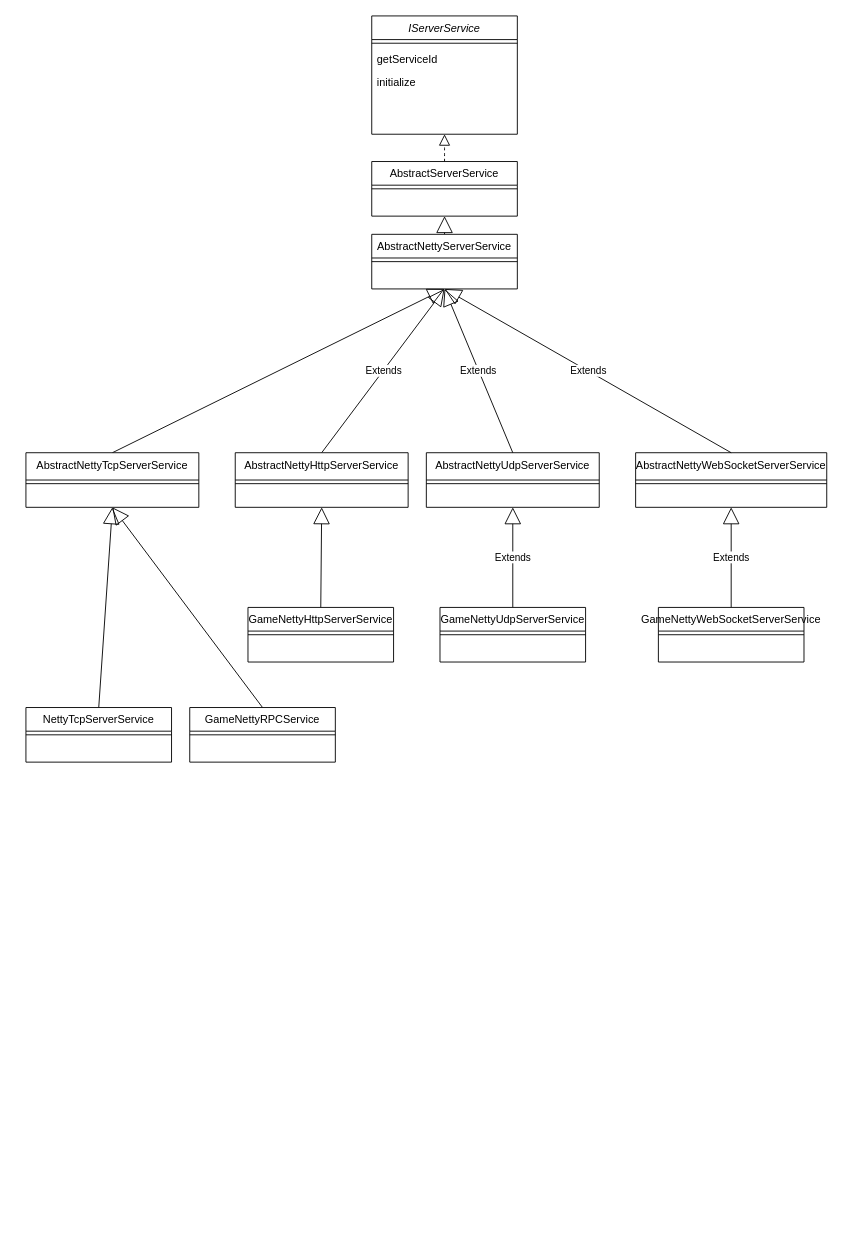
The draw.io diagram Untitled Diagram.drawio in kevinchen008/dragon, before the edit. Source tidied: cells renumbered, new cells numbered last; positions are measured from the earlier drawing's top-left corner, leaving out a move shared by most shapes. Both pictures are drawn from the tidied source at 91%, with x=0, y=0 at pixel (25, 15).
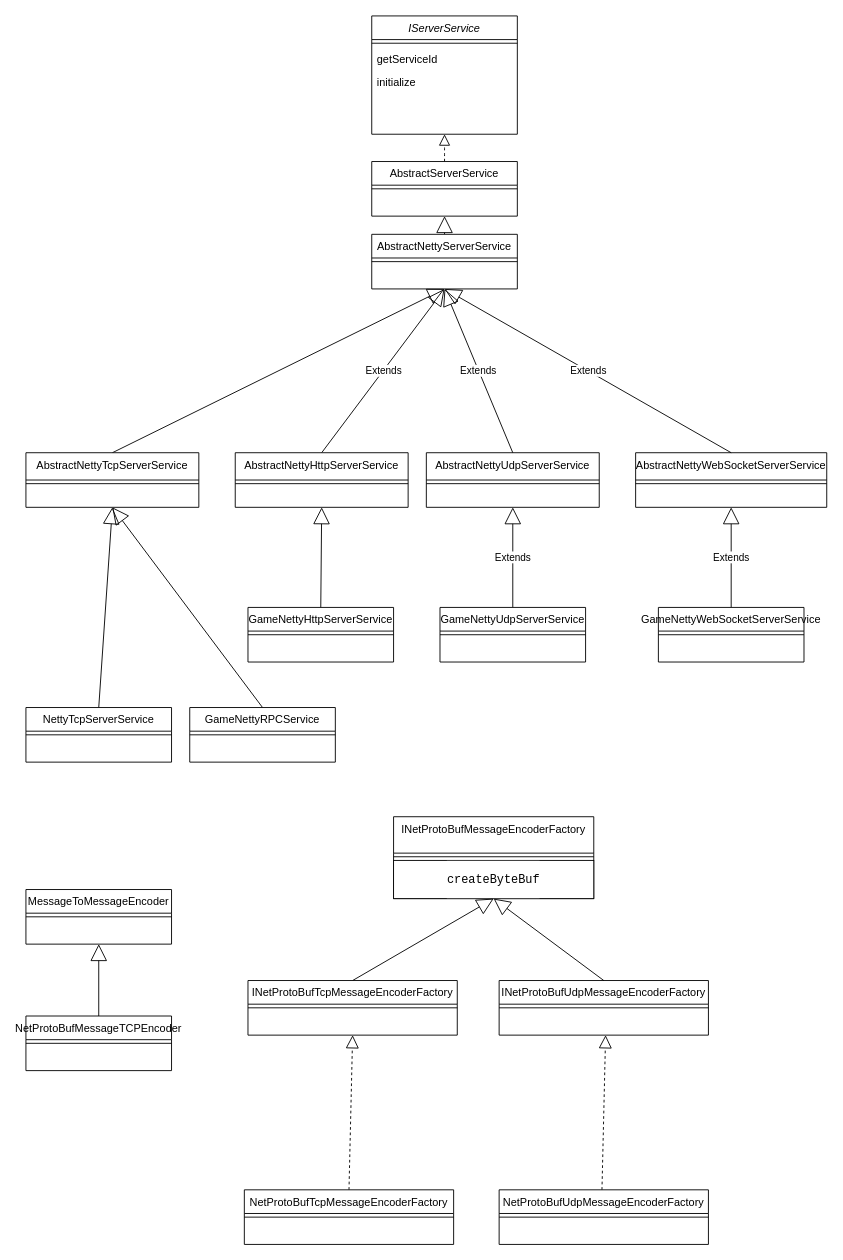
Above is the later version.

What changed in the source:
```diff
@@
+    <mxCell id="39" value="MessageToMessageEncoder" style="swimlane;fontStyle=0;align=center;verticalAlign=top;horizontal=1;startSize=26;rounded=0;shadow=0;strokeWidth=1;" parent="1" vertex="1">
+      <mxGeometry y="960" width="160" height="60" as="geometry" />
+    </mxCell>
+    <mxCell id="40" style="line;html=1;strokeWidth=1;align=left;verticalAlign=middle;spacingTop=-1;spacingLeft=3;spacingRight=3;labelPosition=right;" parent="39" vertex="1">
+      <mxGeometry y="26" width="160" height="8" as="geometry" />
+    </mxCell>
+    <mxCell id="41" value="NetProtoBufMessageTCPEncoder" style="swimlane;fontStyle=0;align=center;verticalAlign=top;horizontal=1;startSize=26;rounded=0;shadow=0;strokeWidth=1;" parent="1" vertex="1">
+      <mxGeometry y="1099" width="160" height="60" as="geometry" />
+    </mxCell>
+    <mxCell id="42" style="line;html=1;strokeWidth=1;align=left;verticalAlign=middle;spacingTop=-1;spacingLeft=3;spacingRight=3;labelPosition=right;" parent="41" vertex="1">
+      <mxGeometry y="26" width="160" height="8" as="geometry" />
+    </mxCell>
+    <mxCell id="43" style="endArrow=block;endSize=16;endFill=0;html=1;entryX=0.5;entryY=1;entryDx=0;entryDy=0;exitX=0.5;exitY=0;exitDx=0;exitDy=0;" parent="1" edge="1" source="41" target="39">
+      <mxGeometry y="10" relative="1" as="geometry" />
+    </mxCell>
+    <mxCell id="44" value="INetProtoBufMessageEncoderFactory" style="swimlane;fontStyle=0;align=center;verticalAlign=top;horizontal=1;startSize=40;rounded=0;shadow=0;strokeWidth=1;" parent="1" vertex="1">
+      <mxGeometry x="404" y="880" width="220" height="90" as="geometry" />
+    </mxCell>
+    <mxCell id="45" style="line;html=1;strokeWidth=1;align=left;verticalAlign=middle;spacingTop=-1;spacingLeft=3;spacingRight=3;labelPosition=right;" parent="44" vertex="1">
+      <mxGeometry y="40" width="220" height="8" as="geometry" />
+    </mxCell>
+    <mxCell id="46" value="&lt;pre style=&quot;font-family: &amp;quot;jetbrains mono&amp;quot;, monospace; font-size: 9.8pt;&quot;&gt;&lt;span style=&quot;&quot;&gt;createByteBuf&lt;/span&gt;&lt;/pre&gt;" style="whiteSpace=wrap;html=1;labelBackgroundColor=#ffffff;" parent="44" vertex="1">
+      <mxGeometry y="48" width="220" height="42" as="geometry" />
+    </mxCell>
+    <mxCell id="47" style="endArrow=block;endSize=16;endFill=0;html=1;exitX=0.5;exitY=0;exitDx=0;exitDy=0;entryX=0.5;entryY=1;entryDx=0;entryDy=0;" parent="1" edge="1" source="51" target="44">
+      <mxGeometry y="10" relative="1" as="geometry" />
+    </mxCell>
+    <mxCell id="48" style="endArrow=block;dashed=1;endFill=0;endSize=12;html=1;fontColor=#000000;exitX=0.5;exitY=0;exitDx=0;exitDy=0;" parent="1" edge="1" source="49">
+      <mxGeometry relative="1" as="geometry">
+        <mxPoint x="359" y="1120" as="targetPoint" />
+      </mxGeometry>
+    </mxCell>
+    <mxCell id="49" value="NetProtoBufTcpMessageEncoderFactory" style="swimlane;fontStyle=0;align=center;verticalAlign=top;horizontal=1;startSize=26;rounded=0;shadow=0;strokeWidth=1;" parent="1" vertex="1">
+      <mxGeometry x="240" y="1290" width="230" height="60" as="geometry" />
+    </mxCell>
+    <mxCell id="50" style="line;html=1;strokeWidth=1;align=left;verticalAlign=middle;spacingTop=-1;spacingLeft=3;spacingRight=3;labelPosition=right;" parent="49" vertex="1">
+      <mxGeometry y="26" width="230" height="8" as="geometry" />
+    </mxCell>
+    <mxCell id="51" value="INetProtoBufTcpMessageEncoderFactory" style="swimlane;fontStyle=0;align=center;verticalAlign=top;horizontal=1;startSize=26;rounded=0;shadow=0;strokeWidth=1;" parent="1" vertex="1">
+      <mxGeometry x="244" y="1060" width="230" height="60" as="geometry" />
+    </mxCell>
+    <mxCell id="52" style="line;html=1;strokeWidth=1;align=left;verticalAlign=middle;spacingTop=-1;spacingLeft=3;spacingRight=3;labelPosition=right;" parent="51" vertex="1">
+      <mxGeometry y="26" width="230" height="8" as="geometry" />
+    </mxCell>
+    <mxCell id="53" value="INetProtoBufUdpMessageEncoderFactory" style="swimlane;fontStyle=0;align=center;verticalAlign=top;horizontal=1;startSize=26;rounded=0;shadow=0;strokeWidth=1;" parent="1" vertex="1">
+      <mxGeometry x="520" y="1060" width="230" height="60" as="geometry" />
+    </mxCell>
+    <mxCell id="54" style="line;html=1;strokeWidth=1;align=left;verticalAlign=middle;spacingTop=-1;spacingLeft=3;spacingRight=3;labelPosition=right;" parent="53" vertex="1">
+      <mxGeometry y="26" width="230" height="8" as="geometry" />
+    </mxCell>
+    <mxCell id="55" style="endArrow=block;dashed=1;endFill=0;endSize=12;html=1;fontColor=#000000;exitX=0.5;exitY=0;exitDx=0;exitDy=0;" parent="1" edge="1">
+      <mxGeometry relative="1" as="geometry">
+        <mxPoint x="633" y="1290" as="sourcePoint" />
+        <mxPoint x="637" y="1120" as="targetPoint" />
+      </mxGeometry>
+    </mxCell>
+    <mxCell id="56" value="NetProtoBufUdpMessageEncoderFactory" style="swimlane;fontStyle=0;align=center;verticalAlign=top;horizontal=1;startSize=26;rounded=0;shadow=0;strokeWidth=1;" parent="1" vertex="1">
+      <mxGeometry x="520" y="1290" width="230" height="60" as="geometry" />
+    </mxCell>
+    <mxCell id="57" style="line;html=1;strokeWidth=1;align=left;verticalAlign=middle;spacingTop=-1;spacingLeft=3;spacingRight=3;labelPosition=right;" parent="56" vertex="1">
+      <mxGeometry y="26" width="230" height="8" as="geometry" />
+    </mxCell>
+    <mxCell id="58" style="endArrow=block;endSize=16;endFill=0;html=1;exitX=0.5;exitY=0;exitDx=0;exitDy=0;entryX=0.5;entryY=1;entryDx=0;entryDy=0;" parent="1" edge="1" source="53" target="46">
+      <mxGeometry y="10" relative="1" as="geometry" />
+    </mxCell>
```
